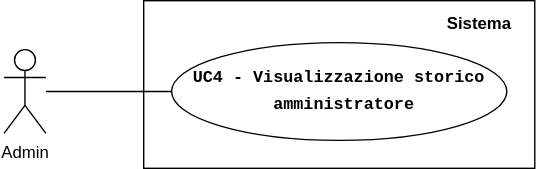
Before: assets/use_cases/UC4.svg, a diagram exported from draw.io (SWEatUNIPD/docs). Source tidied: cells renumbered, new cells last; positions are measured from the earlier drawing's top-left corner, leaving out a move shared by most shapes. Source of this version:
```xml
<mxGraphModel>
  <root>
    <mxCell id="0" />
    <mxCell id="1" parent="0" />
    <mxCell id="2" style="edgeStyle=orthogonalEdgeStyle;rounded=0;jettySize=auto;html=1;strokeColor=none;" parent="1" edge="1" source="4" target="5">
      <mxGeometry relative="1" as="geometry" />
    </mxCell>
    <mxCell id="3" style="edgeStyle=orthogonalEdgeStyle;rounded=0;jettySize=auto;html=1;endArrow=none;endFill=0;" parent="1" edge="1" source="4">
      <mxGeometry relative="1" as="geometry">
        <mxPoint x="190" y="65" as="targetPoint" />
      </mxGeometry>
    </mxCell>
    <mxCell id="4" value="Admin" style="shape=umlActor;verticalLabelPosition=bottom;verticalAlign=top;html=1;" parent="1" vertex="1">
      <mxGeometry y="35" width="30" height="60" as="geometry" />
    </mxCell>
    <mxCell id="5" value="&lt;div style=&quot;line-height: 19px;&quot;&gt;&lt;div style=&quot;font-family: Consolas, &amp;quot;Courier New&amp;quot;, monospace; line-height: 19px; white-space: pre;&quot;&gt;&lt;span style=&quot;font-weight: bold; background-color: rgb(255, 255, 255);&quot;&gt;&lt;font style=&quot;&quot;&gt;UC4 - Visualizzazione storico&lt;/font&gt;&lt;/span&gt;&lt;/div&gt;&lt;div style=&quot;font-family: Consolas, &amp;quot;Courier New&amp;quot;, monospace; line-height: 19px; white-space: pre;&quot;&gt;&lt;span style=&quot;font-weight: bold; background-color: rgb(255, 255, 255);&quot;&gt;&lt;font style=&quot;&quot;&gt; amministratore&lt;/font&gt;&lt;/span&gt;&lt;/div&gt;&lt;/div&gt;" style="ellipse;whiteSpace=wrap;html=1;" parent="1" vertex="1">
      <mxGeometry x="120" y="30" width="240" height="70" as="geometry" />
    </mxCell>
    <mxCell id="6" style="html=1;whiteSpace=wrap;fillColor=none;" parent="1" vertex="1">
      <mxGeometry x="100" width="280" height="120" as="geometry" />
    </mxCell>
    <mxCell id="7" value="Sistema" style="text;align=center;fontStyle=1;verticalAlign=middle;spacingLeft=3;spacingRight=3;strokeColor=none;html=1;" parent="1" vertex="1">
      <mxGeometry x="300" y="4" width="80" height="26" as="geometry" />
    </mxCell>
  </root>
</mxGraphModel>
```
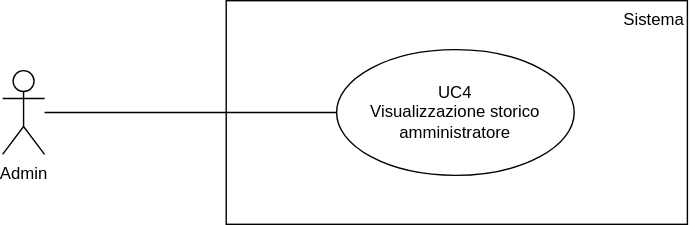
Above is the later version.

Change to the diagram source:
```diff
@@ -2,25 +2,17 @@
   <root>
     <mxCell id="0" />
     <mxCell id="1" parent="0" />
-    <mxCell id="2" style="edgeStyle=orthogonalEdgeStyle;rounded=0;jettySize=auto;html=1;strokeColor=none;" parent="1" edge="1" source="4" target="5">
-      <mxGeometry relative="1" as="geometry" />
-    </mxCell>
-    <mxCell id="3" style="edgeStyle=orthogonalEdgeStyle;rounded=0;jettySize=auto;html=1;endArrow=none;endFill=0;" parent="1" edge="1" source="4">
-      <mxGeometry relative="1" as="geometry">
-        <mxPoint x="190" y="65" as="targetPoint" />
-      </mxGeometry>
-    </mxCell>
+    <mxCell id="7" value="Sistema" style="html=1;whiteSpace=wrap;verticalAlign=top;align=right;" parent="1" vertex="1">
+      <mxGeometry x="70" y="-80" width="330" height="160" as="geometry" />
+    </mxCell>
+    <mxCell id="8" style="edgeStyle=orthogonalEdgeStyle;rounded=0;jettySize=auto;html=1;entryX=0;entryY=0.5;entryDx=0;entryDy=0;endArrow=none;endFill=0;" parent="1" edge="1" source="4" target="9">
+      <mxGeometry relative="1" as="geometry" />
+    </mxCell>
-    <mxCell id="4" value="Admin" style="shape=umlActor;verticalLabelPosition=bottom;verticalAlign=top;html=1;" parent="1" vertex="1">
-      <mxGeometry y="35" width="30" height="60" as="geometry" />
+    <mxCell id="4" value="Admin" style="shape=umlActor;verticalLabelPosition=bottom;verticalAlign=top;html=1;outlineConnect=0;" parent="1" vertex="1">
+      <mxGeometry x="-90" y="-30" width="30" height="60" as="geometry" />
     </mxCell>
-    <mxCell id="5" value="&lt;div style=&quot;line-height: 19px;&quot;&gt;&lt;div style=&quot;font-family: Consolas, &amp;quot;Courier New&amp;quot;, monospace; line-height: 19px; white-space: pre;&quot;&gt;&lt;span style=&quot;font-weight: bold; background-color: rgb(255, 255, 255);&quot;&gt;&lt;font style=&quot;&quot;&gt;UC4 - Visualizzazione storico&lt;/font&gt;&lt;/span&gt;&lt;/div&gt;&lt;div style=&quot;font-family: Consolas, &amp;quot;Courier New&amp;quot;, monospace; line-height: 19px; white-space: pre;&quot;&gt;&lt;span style=&quot;font-weight: bold; background-color: rgb(255, 255, 255);&quot;&gt;&lt;font style=&quot;&quot;&gt; amministratore&lt;/font&gt;&lt;/span&gt;&lt;/div&gt;&lt;/div&gt;" style="ellipse;whiteSpace=wrap;html=1;" parent="1" vertex="1">
-      <mxGeometry x="120" y="30" width="240" height="70" as="geometry" />
-    </mxCell>
-    <mxCell id="6" style="html=1;whiteSpace=wrap;fillColor=none;" parent="1" vertex="1">
-      <mxGeometry x="100" width="280" height="120" as="geometry" />
-    </mxCell>
-    <mxCell id="7" value="Sistema" style="text;align=center;fontStyle=1;verticalAlign=middle;spacingLeft=3;spacingRight=3;strokeColor=none;html=1;" parent="1" vertex="1">
-      <mxGeometry x="300" y="4" width="80" height="26" as="geometry" />
-    </mxCell>
+    <mxCell id="9" value="UC4&lt;div&gt;Visualizzazione storico amministratore&lt;/div&gt;" style="ellipse;whiteSpace=wrap;html=1;" parent="1" vertex="1">
+      <mxGeometry x="149" y="-45" width="170" height="90" as="geometry" />
+    </mxCell>
   </root>
 </mxGraphModel>
```
